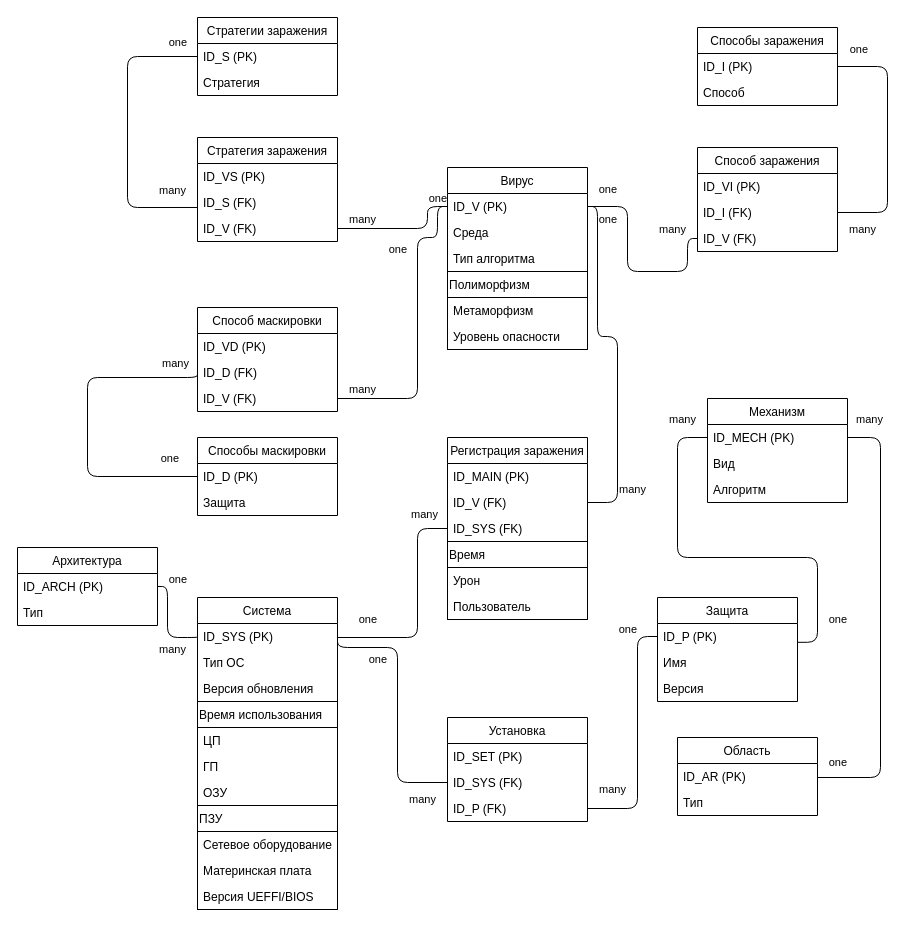
The draw.io diagram VirusAttackRus.drawio in IcyAltair/Virus-attack-DB, before the edit. Source tidied: cells renumbered, new cells numbered last; positions are measured from the earlier drawing's top-left corner, leaving out a move shared by most shapes. Both pictures are drawn from the tidied source at 100%, with x=0, y=0 at pixel (17, 17).
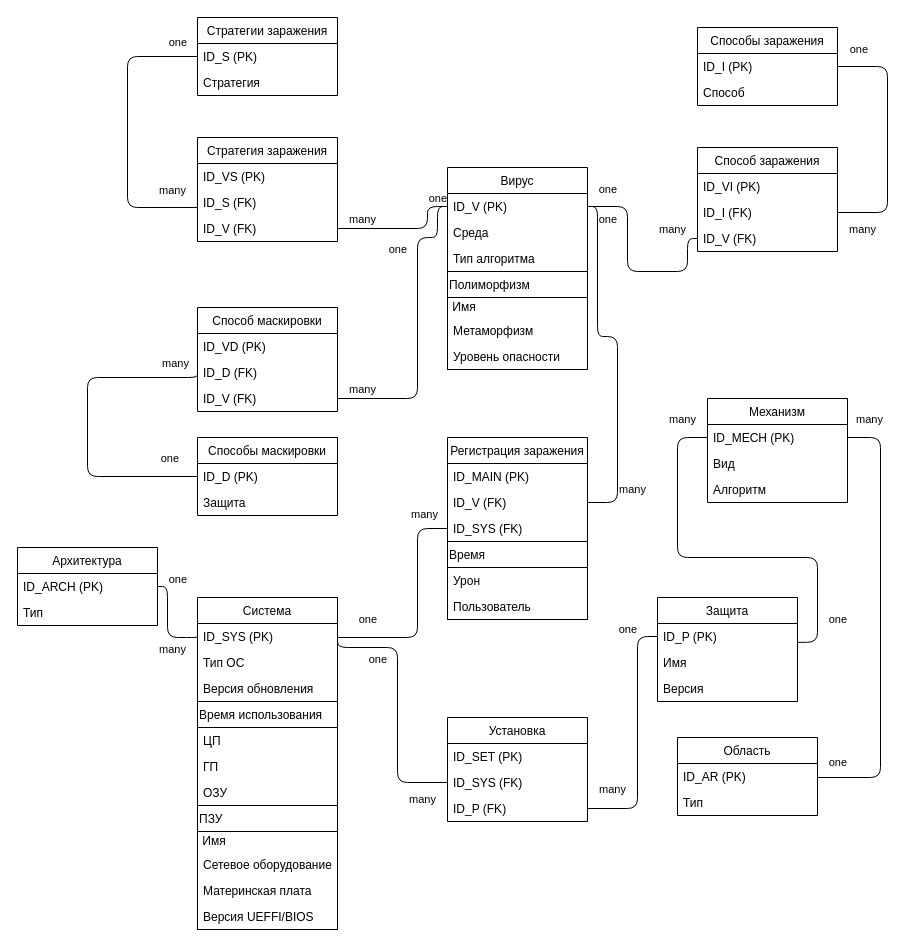
The same diagram, later.

What changed in the source:
```diff
@@
     <mxCell id="2" value="Вирус" style="swimlane;fontStyle=0;horizontal=1;startSize=26;fillColor=none;" parent="1" vertex="1">
-      <mxGeometry x="430" y="150" width="140" height="182" as="geometry" />
+      <mxGeometry x="430" y="150" width="140" height="202" as="geometry" />
     </mxCell>
@@
     <mxCell id="6" value="Полиморфизм" style="swimlane;fontStyle=0;horizontal=1;startSize=26;fillColor=none;align=left;verticalAlign=top;spacingRight=4;" parent="2" vertex="1">
-      <mxGeometry y="104" width="140" height="78" as="geometry" />
+      <mxGeometry y="104" width="140" height="98" as="geometry" />
     </mxCell>
+    <mxCell id="106" value="&amp;nbsp;Имя" style="text;html=1;strokeColor=none;fillColor=none;align=left;verticalAlign=middle;whiteSpace=wrap;rounded=0;" parent="6" vertex="1">
+      <mxGeometry y="26" width="140" height="20" as="geometry" />
+    </mxCell>
     <mxCell id="7" value="Метаморфизм" style="text;strokeColor=none;fillColor=none;align=left;verticalAlign=top;spacingLeft=4;spacingRight=4;overflow=hidden;" parent="6" vertex="1">
-      <mxGeometry y="26" width="140" height="26" as="geometry" />
+      <mxGeometry y="46" width="140" height="26" as="geometry" />
     </mxCell>
     <mxCell id="8" value="Уровень опасности" style="text;strokeColor=none;fillColor=none;align=left;verticalAlign=top;spacingLeft=4;spacingRight=4;overflow=hidden;" parent="6" vertex="1">
-      <mxGeometry y="52" width="140" height="26" as="geometry" />
+      <mxGeometry y="72" width="140" height="26" as="geometry" />
     </mxCell>
@@
     <mxCell id="46" value="Система" style="swimlane;fontStyle=0;horizontal=1;startSize=26;fillColor=none;align=center;" parent="1" vertex="1">
-      <mxGeometry x="180" y="580" width="140" height="312" as="geometry" />
+      <mxGeometry x="180" y="580" width="140" height="332" as="geometry" />
     </mxCell>
@@
     <mxCell id="50" value="Время использования" style="swimlane;fontStyle=0;horizontal=1;startSize=26;fillColor=none;align=left;" parent="46" vertex="1">
-      <mxGeometry y="104" width="140" height="208" as="geometry" />
+      <mxGeometry y="104" width="140" height="228" as="geometry" />
     </mxCell>
@@
     <mxCell id="54" value="ПЗУ" style="swimlane;fontStyle=0;horizontal=1;startSize=26;fillColor=none;align=left;" parent="50" vertex="1">
-      <mxGeometry y="104" width="140" height="104" as="geometry" />
+      <mxGeometry y="104" width="140" height="124" as="geometry" />
     </mxCell>
+    <mxCell id="107" value="&amp;nbsp;Имя" style="text;html=1;strokeColor=none;fillColor=none;align=left;verticalAlign=middle;whiteSpace=wrap;rounded=0;" parent="54" vertex="1">
+      <mxGeometry y="26" width="140" height="20" as="geometry" />
+    </mxCell>
     <mxCell id="55" value="Сетевое оборудование" style="text;strokeColor=none;fillColor=none;align=left;verticalAlign=top;spacingLeft=4;spacingRight=4;overflow=hidden;" parent="54" vertex="1">
-      <mxGeometry y="26" width="140" height="26" as="geometry" />
+      <mxGeometry y="46" width="140" height="26" as="geometry" />
     </mxCell>
     <mxCell id="56" value="Материнская плата" style="text;strokeColor=none;fillColor=none;align=left;verticalAlign=top;spacingLeft=4;spacingRight=4;overflow=hidden;" parent="54" vertex="1">
-      <mxGeometry y="52" width="140" height="26" as="geometry" />
+      <mxGeometry y="72" width="140" height="26" as="geometry" />
     </mxCell>
     <mxCell id="57" value="Версия UEFFI/BIOS" style="text;strokeColor=none;fillColor=none;align=left;verticalAlign=top;spacingLeft=4;spacingRight=4;overflow=hidden;" parent="54" vertex="1">
-      <mxGeometry y="78" width="140" height="26" as="geometry" />
+      <mxGeometry y="98" width="140" height="26" as="geometry" />
     </mxCell>
```
